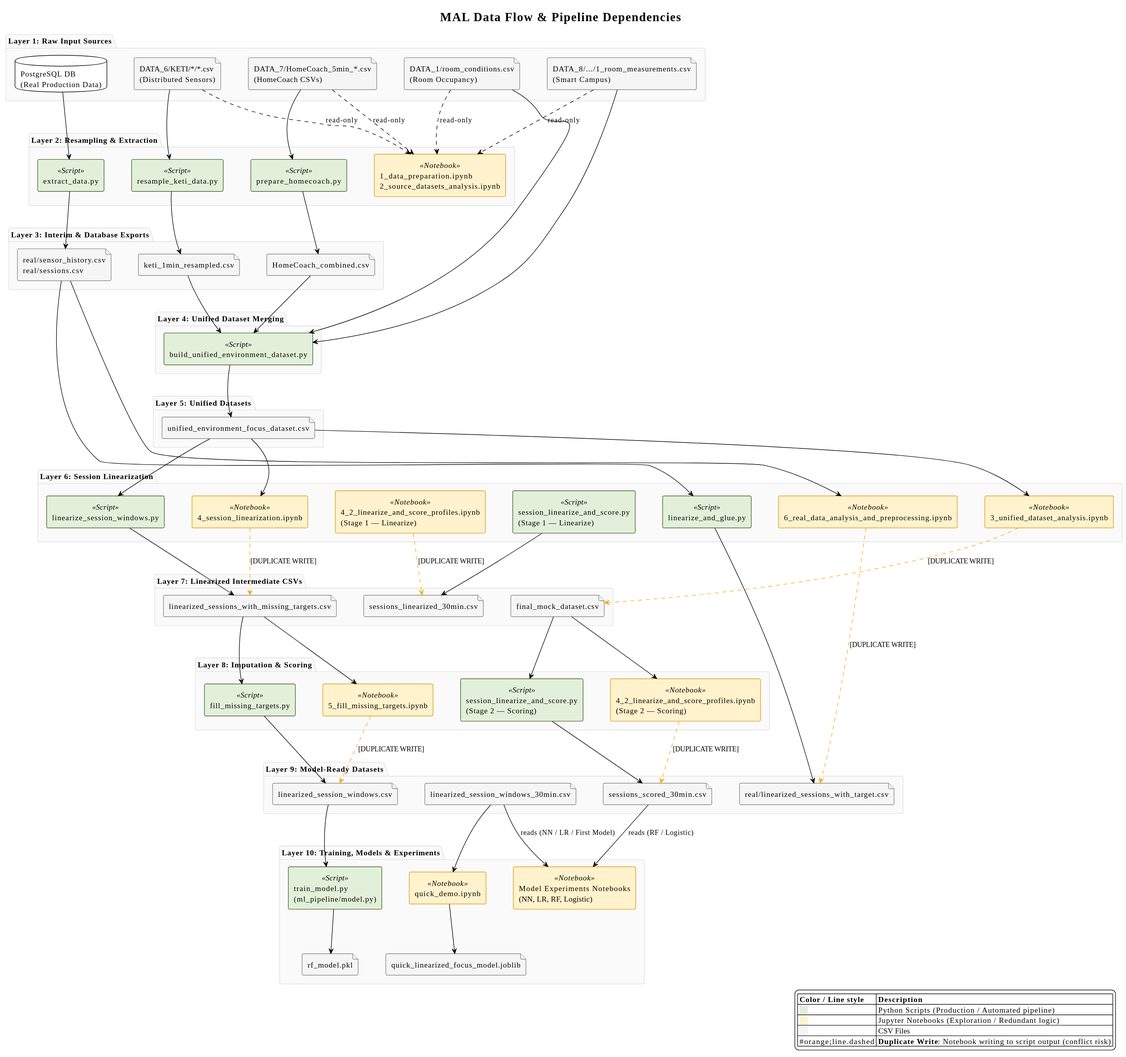
Above: MAL/docs/diagrams/data_pipeline.svg in SEP4Real/SEP4 (PlantUML), before the change.
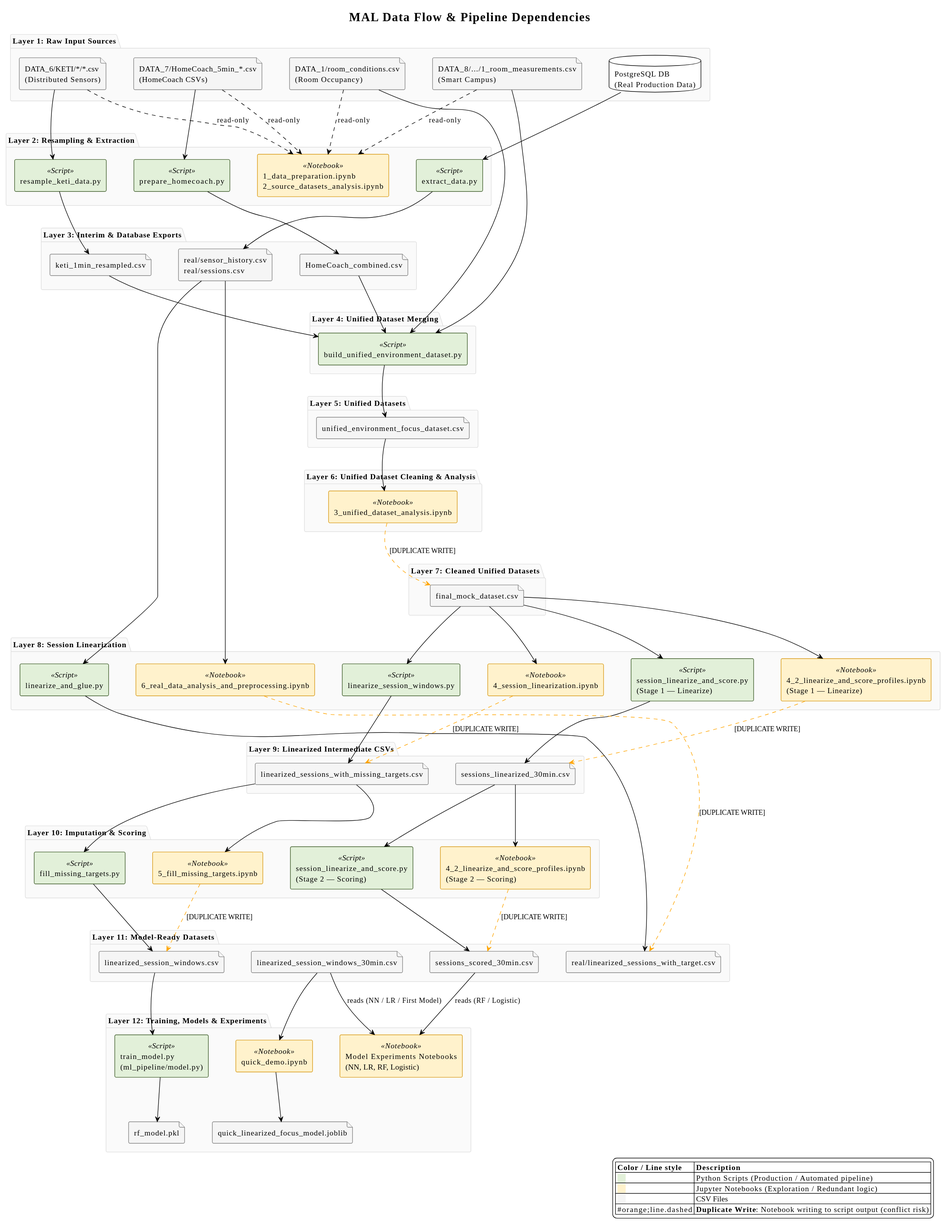
Above is the later version.

What changed in the source:
```diff
@@ -68,7 +68,19 @@
 
 scr_build_unified --> proc_unified
 
-package "Layer 6: Session Linearization" {
+package "Layer 6: Unified Dataset Cleaning & Analysis" {
+  component "3_unified_dataset_analysis.ipynb" as nb_unified_analysis <<Notebook>>
+}
+
+proc_unified --> nb_unified_analysis
+
+package "Layer 7: Cleaned Unified Datasets" {
+  file "final_mock_dataset.csv" as proc_final_mock
+}
+
+nb_unified_analysis ..> proc_final_mock #orange;line.dashed : [DUPLICATE WRITE]
+
+package "Layer 8: Session Linearization" {
   component "linearize_session_windows.py" as scr_linearize <<Script>>
   component "4_session_linearization.ipynb" as nb_session_lin <<Notebook>>
 
@@ -77,32 +89,28 @@
 
   component "linearize_and_glue.py" as scr_linearize_glue <<Script>>
   component "6_real_data_analysis_and_preprocessing.ipynb" as nb_real_prep <<Notebook>>
-
-  component "3_unified_dataset_analysis.ipynb" as nb_unified_analysis <<Notebook>>
 }
 
-proc_unified --> scr_linearize
-proc_unified --> nb_session_lin
-proc_unified --> nb_unified_analysis
+proc_final_mock --> scr_linearize
+proc_final_mock --> nb_session_lin
+proc_final_mock --> scr_linearize_score
+proc_final_mock --> nb_lin_score
 
 real_raw --> scr_linearize_glue
 real_raw --> nb_real_prep
 
-package "Layer 7: Linearized Intermediate CSVs" {
+package "Layer 9: Linearized Intermediate CSVs" {
   file "linearized_sessions_with_missing_targets.csv" as proc_missing
-  file "final_mock_dataset.csv" as proc_final_mock
   file "sessions_linearized_30min.csv" as proc_lin_30min
 }
 
 scr_linearize --> proc_missing
 nb_session_lin ..> proc_missing #orange;line.dashed : [DUPLICATE WRITE]
 
-nb_unified_analysis ..> proc_final_mock #orange;line.dashed : [DUPLICATE WRITE]
-
 scr_linearize_score --> proc_lin_30min
 nb_lin_score ..> proc_lin_30min #orange;line.dashed : [DUPLICATE WRITE]
 
-package "Layer 8: Imputation & Scoring" {
+package "Layer 10: Imputation & Scoring" {
   component "fill_missing_targets.py" as scr_fill_targets <<Script>>
   component "5_fill_missing_targets.ipynb" as nb_fill_targets <<Notebook>>
 
@@ -113,10 +121,10 @@
 proc_missing --> scr_fill_targets
 proc_missing --> nb_fill_targets
 
-proc_final_mock --> scr_score
-proc_final_mock --> nb_score
+proc_lin_30min --> scr_score
+proc_lin_30min --> nb_score
 
-package "Layer 9: Model-Ready Datasets" {
+package "Layer 11: Model-Ready Datasets" {
   file "linearized_session_windows.csv" as proc_session_windows
   file "linearized_session_windows_30min.csv" as proc_session_windows_30min
   file "sessions_scored_30min.csv" as proc_scored_30min
@@ -132,7 +140,7 @@
 scr_linearize_glue --> real_linearized
 nb_real_prep ..> real_linearized #orange;line.dashed : [DUPLICATE WRITE]
 
-package "Layer 10: Training, Models & Experiments" {
+package "Layer 12: Training, Models & Experiments" {
   component "train_model.py\n(ml_pipeline/model.py)" as scr_train <<Script>>
   file "rf_model.pkl" as model_rf
 
@@ -154,7 +162,9 @@
 scr_resample -[hidden]down-> int_keti
 int_keti -[hidden]down-> scr_build_unified
 scr_build_unified -[hidden]down-> proc_unified
-proc_unified -[hidden]down-> scr_linearize
+proc_unified -[hidden]down-> nb_unified_analysis
+nb_unified_analysis -[hidden]down-> proc_final_mock
+proc_final_mock -[hidden]down-> scr_linearize
 proc_missing -[hidden]down-> scr_fill_targets
 proc_session_windows -[hidden]down-> scr_train
 
```
